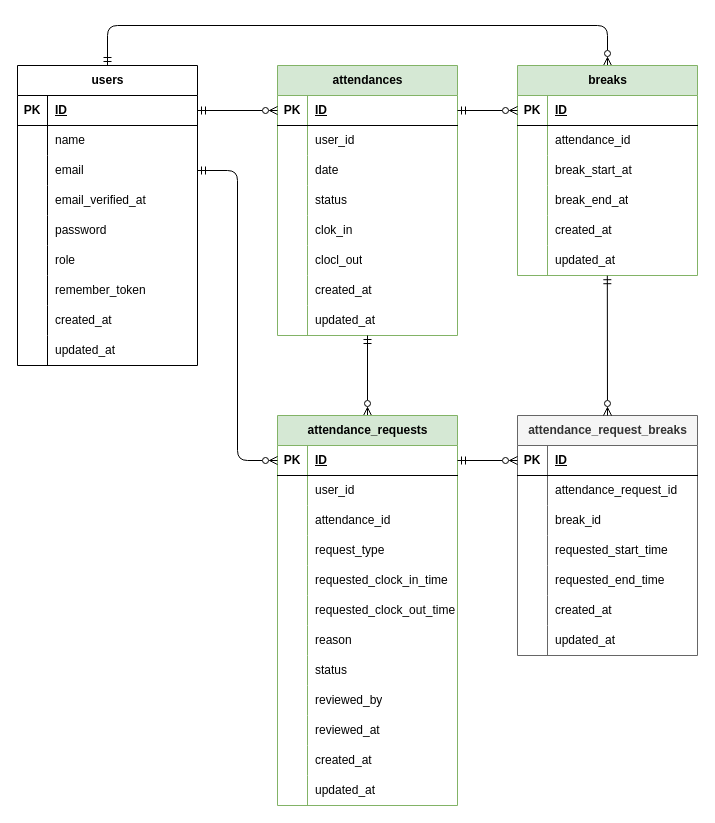
Above: docs/er.drawio in tommy311111/work-attendance-app (draw.io), before the change. Source tidied: cells renumbered, new cells numbered last; positions are measured from the earlier drawing's top-left corner, leaving out a move shared by most shapes. Both pictures are drawn from the tidied source at 100%, with x=0, y=0 at pixel (17, 25).
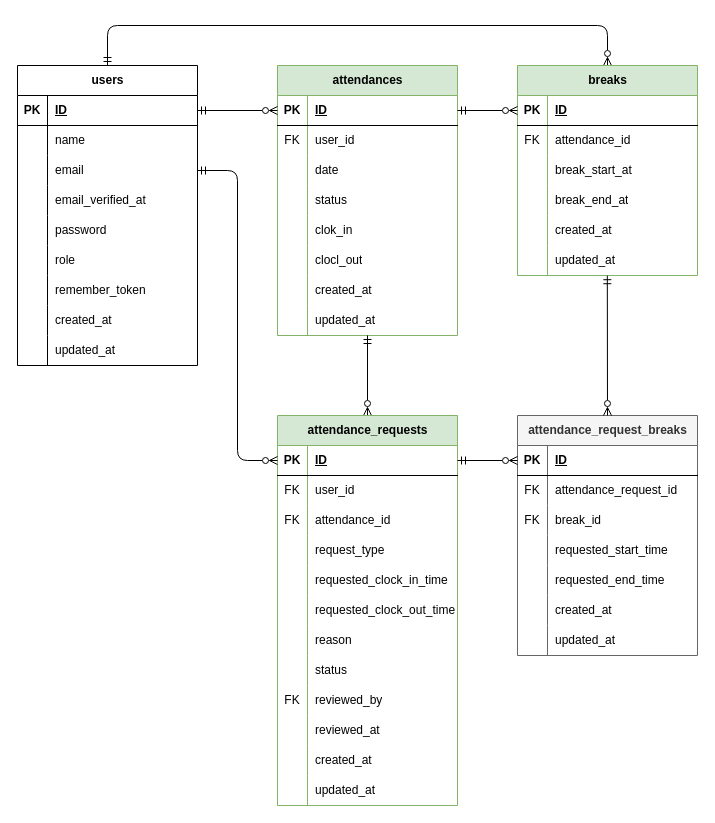
After the change.

Unchanged cells that the change refers to:
```xml
<mxCell id="31" value="attendances" style="shape=table;startSize=30;childLayout=tableLayout;rowLines=0;fontStyle=1;align=center;html=1;fillColor=#d5e8d4;strokeColor=#82b366;" parent="1" vertex="1">
  <mxGeometry x="260" y="40" width="180" height="270" as="geometry" />
</mxCell>
<mxCell id="60" style="shape=tableRow;horizontal=0;startSize=0;swimlaneHead=0;swimlaneBody=0;fillColor=none;top=0;left=0;right=0;bottom=0;" parent="56" vertex="1">
  <mxGeometry y="60" width="180" height="30" as="geometry" />
</mxCell>
<mxCell id="80" style="shape=tableRow;horizontal=0;startSize=0;swimlaneHead=0;swimlaneBody=0;fillColor=none;top=0;left=0;right=0;bottom=0;" parent="76" vertex="1">
  <mxGeometry y="60" width="180" height="30" as="geometry" />
</mxCell>
<mxCell id="83" style="shape=tableRow;horizontal=0;startSize=0;swimlaneHead=0;swimlaneBody=0;fillColor=none;top=0;left=0;right=0;bottom=0;" parent="76" vertex="1">
  <mxGeometry y="90" width="180" height="30" as="geometry" />
</mxCell>
<mxCell id="101" style="shape=tableRow;horizontal=0;startSize=0;swimlaneHead=0;swimlaneBody=0;fillColor=none;top=0;left=0;right=0;bottom=0;" parent="76" vertex="1">
  <mxGeometry y="270" width="180" height="30" as="geometry" />
</mxCell>
<mxCell id="117" style="shape=tableRow;horizontal=0;startSize=0;swimlaneHead=0;swimlaneBody=0;fillColor=none;top=0;left=0;right=0;bottom=0;" parent="113" vertex="1">
  <mxGeometry y="60" width="180" height="30" as="geometry" />
</mxCell>
<mxCell id="120" style="shape=tableRow;horizontal=0;startSize=0;swimlaneHead=0;swimlaneBody=0;fillColor=none;top=0;left=0;right=0;bottom=0;" parent="113" vertex="1">
  <mxGeometry y="90" width="180" height="30" as="geometry" />
</mxCell>
```

The edit, as a diff of the source:
```diff
@@
-    <mxCell id="35" style="shape=tableRow;horizontal=0;startSize=0;swimlaneHead=0;swimlaneBody=0;fillColor=none;top=0;left=0;right=0;bottom=0;" parent="31" vertex="1">
+    <mxCell id="35" style="shape=tableRow;horizontal=0;startSize=0;swimlaneHead=0;swimlaneBody=0;fillColor=none;top=0;left=0;right=0;bottom=0;swimlaneFillColor=none;strokeColor=#000000;shadow=1;perimeterSpacing=0;labelBorderColor=none;" parent="31" vertex="1">
       <mxGeometry y="60" width="180" height="30" as="geometry" />
     </mxCell>
-    <mxCell id="36" style="shape=partialRectangle;fillColor=none;top=0;left=0;bottom=0;right=0;overflow=hidden;whiteSpace=wrap;html=1;" parent="35" vertex="1">
+    <mxCell id="36" value="FK" style="shape=partialRectangle;fillColor=none;top=0;left=0;bottom=0;right=0;overflow=hidden;whiteSpace=wrap;html=1;" parent="35" vertex="1">
       <mxGeometry width="30" height="30" as="geometry" />
     </mxCell>
@@
-    <mxCell id="61" style="shape=partialRectangle;fillColor=none;top=0;left=0;bottom=0;right=0;overflow=hidden;whiteSpace=wrap;html=1;" parent="60" vertex="1">
+    <mxCell id="61" value="FK" style="shape=partialRectangle;fillColor=none;top=0;left=0;bottom=0;right=0;overflow=hidden;whiteSpace=wrap;html=1;" parent="60" vertex="1">
       <mxGeometry width="30" height="30" as="geometry" />
     </mxCell>
@@
-    <mxCell id="81" style="shape=partialRectangle;fillColor=none;top=0;left=0;bottom=0;right=0;overflow=hidden;whiteSpace=wrap;html=1;" parent="80" vertex="1">
+    <mxCell id="81" value="FK" style="shape=partialRectangle;fillColor=none;top=0;left=0;bottom=0;right=0;overflow=hidden;whiteSpace=wrap;html=1;" parent="80" vertex="1">
       <mxGeometry width="30" height="30" as="geometry" />
     </mxCell>
@@
-    <mxCell id="84" style="shape=partialRectangle;fillColor=none;top=0;left=0;bottom=0;right=0;overflow=hidden;whiteSpace=wrap;html=1;" parent="83" vertex="1">
+    <mxCell id="84" value="FK" style="shape=partialRectangle;fillColor=none;top=0;left=0;bottom=0;right=0;overflow=hidden;whiteSpace=wrap;html=1;" parent="83" vertex="1">
       <mxGeometry width="30" height="30" as="geometry" />
     </mxCell>
@@
-    <mxCell id="102" style="shape=partialRectangle;fillColor=none;top=0;left=0;bottom=0;right=0;overflow=hidden;whiteSpace=wrap;html=1;" parent="101" vertex="1">
+    <mxCell id="102" value="FK" style="shape=partialRectangle;fillColor=none;top=0;left=0;bottom=0;right=0;overflow=hidden;whiteSpace=wrap;html=1;" parent="101" vertex="1">
       <mxGeometry width="30" height="30" as="geometry" />
     </mxCell>
@@
-    <mxCell id="118" style="shape=partialRectangle;fillColor=none;top=0;left=0;bottom=0;right=0;overflow=hidden;whiteSpace=wrap;html=1;" parent="117" vertex="1">
+    <mxCell id="118" value="FK" style="shape=partialRectangle;fillColor=none;top=0;left=0;bottom=0;right=0;overflow=hidden;whiteSpace=wrap;html=1;" parent="117" vertex="1">
       <mxGeometry width="30" height="30" as="geometry" />
     </mxCell>
@@
-    <mxCell id="121" style="shape=partialRectangle;fillColor=none;top=0;left=0;bottom=0;right=0;overflow=hidden;whiteSpace=wrap;html=1;" parent="120" vertex="1">
+    <mxCell id="121" value="FK" style="shape=partialRectangle;fillColor=none;top=0;left=0;bottom=0;right=0;overflow=hidden;whiteSpace=wrap;html=1;" parent="120" vertex="1">
       <mxGeometry width="30" height="30" as="geometry" />
     </mxCell>
```
